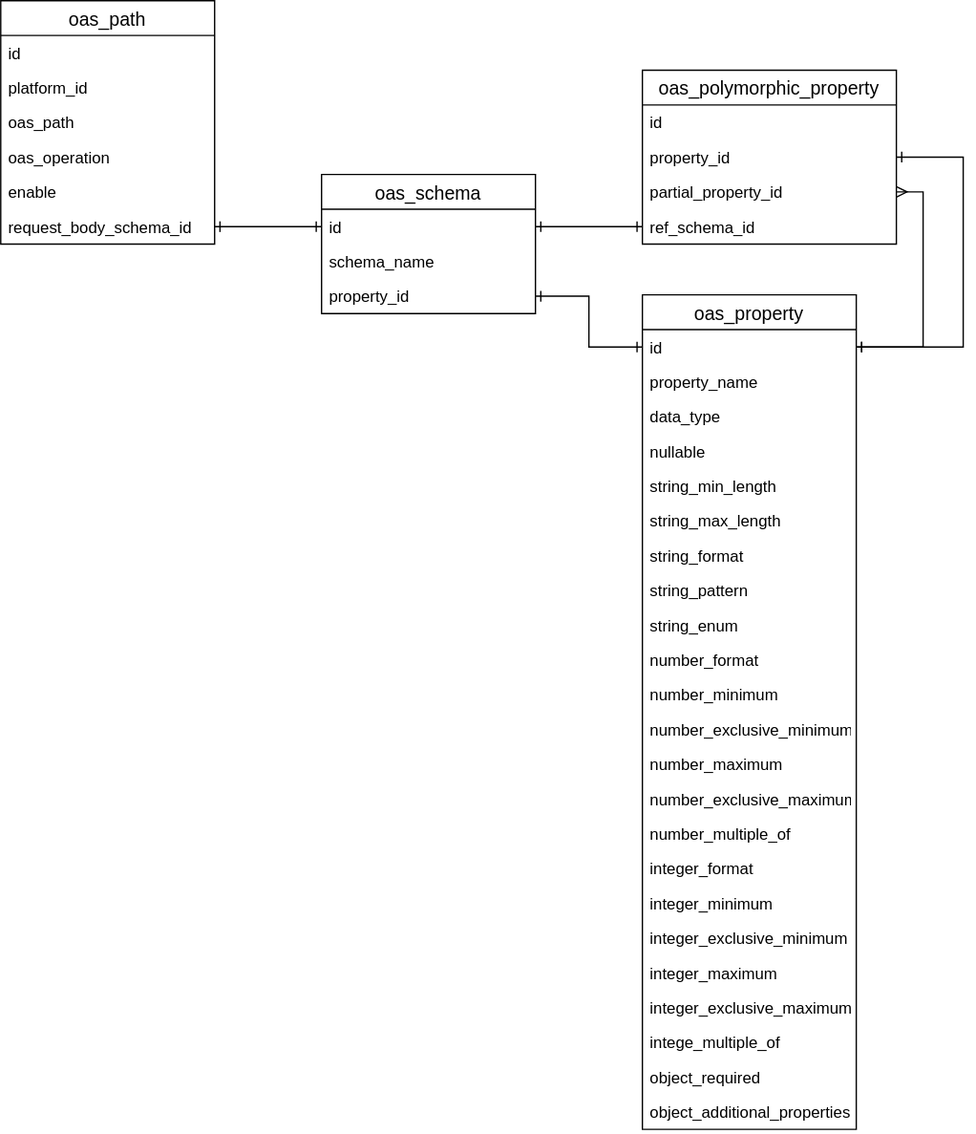
Before: erd.drawio.svg, a diagram exported from draw.io (gocreating/openapi-csv-converter). Source tidied: cells renumbered, new cells last; positions are measured from the earlier drawing's top-left corner, leaving out a move shared by most shapes.
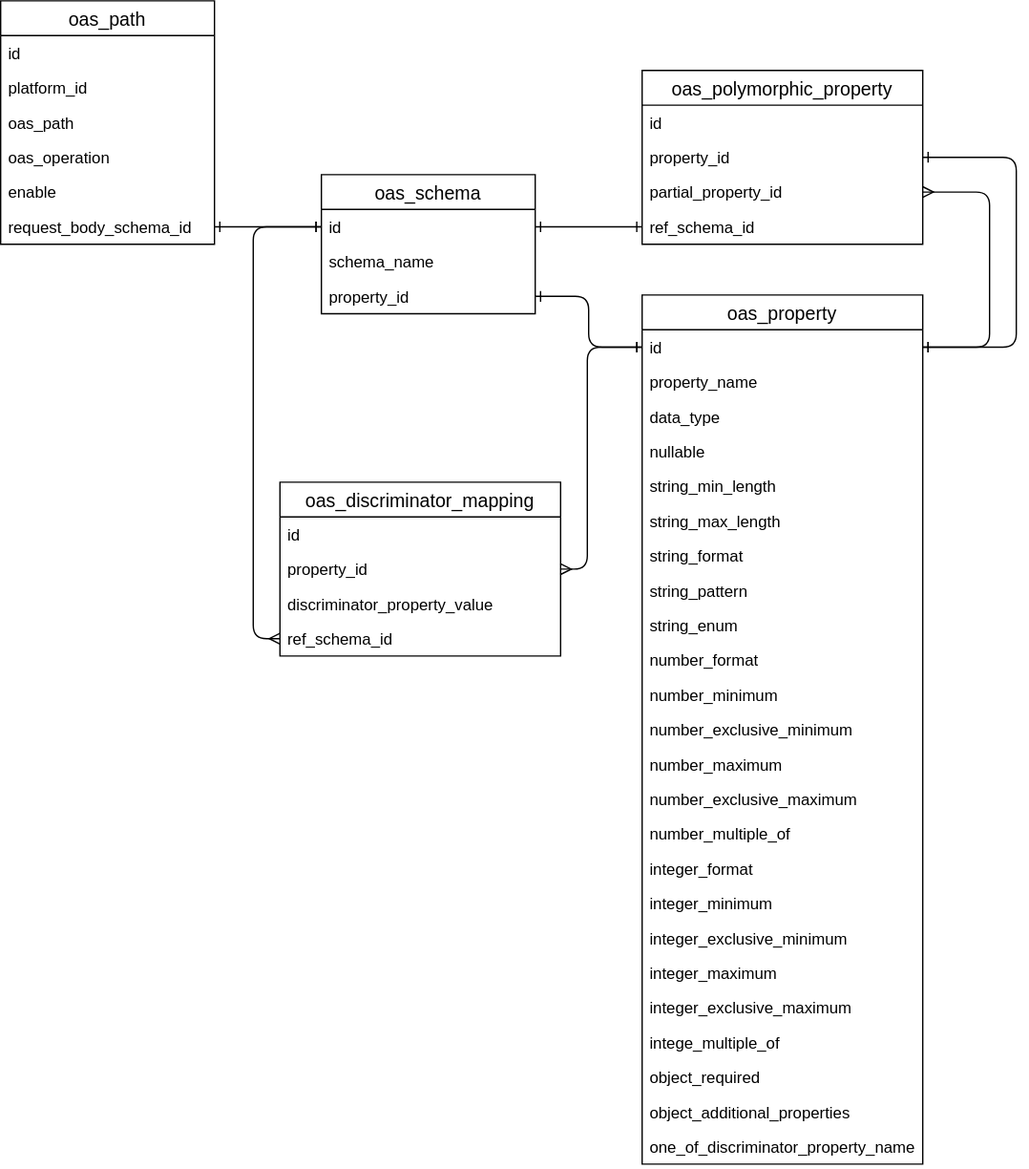
The same diagram one commit later.

Diff of the diagram source:
```diff
@@ -26,7 +26,7 @@
     <mxCell id="9" style="edgeStyle=orthogonalEdgeStyle;rounded=0;jettySize=auto;html=1;exitX=1;exitY=0.5;exitDx=0;exitDy=0;entryX=0;entryY=0.5;entryDx=0;entryDy=0;startArrow=ERone;startFill=0;endArrow=ERone;endFill=0;" parent="1" edge="1" source="8" target="12">
       <mxGeometry relative="1" as="geometry" />
     </mxCell>
-    <mxCell id="10" style="edgeStyle=orthogonalEdgeStyle;rounded=0;jettySize=auto;html=1;exitX=1;exitY=0.5;exitDx=0;exitDy=0;entryX=0;entryY=0.5;entryDx=0;entryDy=0;startArrow=ERone;startFill=0;endArrow=ERone;endFill=0;" parent="1" edge="1" source="14" target="19">
+    <mxCell id="10" style="edgeStyle=orthogonalEdgeStyle;rounded=1;jettySize=auto;html=1;exitX=1;exitY=0.5;exitDx=0;exitDy=0;entryX=0;entryY=0.5;entryDx=0;entryDy=0;startArrow=ERone;startFill=0;endArrow=ERone;endFill=0;" parent="1" edge="1" source="14" target="19">
       <mxGeometry relative="1" as="geometry" />
     </mxCell>
     <mxCell id="11" value="oas_schema" style="swimlane;fontStyle=0;horizontal=1;startSize=26;align=center;fontSize=14;" parent="1" vertex="1">
@@ -44,108 +44,137 @@
     <mxCell id="15" style="edgeStyle=orthogonalEdgeStyle;rounded=0;jettySize=auto;html=1;exitX=0;exitY=0.5;exitDx=0;exitDy=0;entryX=1;entryY=0.5;entryDx=0;entryDy=0;startArrow=ERone;startFill=0;endArrow=ERone;endFill=0;" parent="1" edge="1" source="46" target="12">
       <mxGeometry relative="1" as="geometry" />
     </mxCell>
-    <mxCell id="16" style="edgeStyle=orthogonalEdgeStyle;rounded=0;jettySize=auto;html=1;exitX=1;exitY=0.5;exitDx=0;exitDy=0;entryX=1;entryY=0.5;entryDx=0;entryDy=0;startArrow=ERone;startFill=0;endArrow=ERone;endFill=0;" parent="1" edge="1" source="44" target="19">
+    <mxCell id="16" style="edgeStyle=orthogonalEdgeStyle;rounded=1;jettySize=auto;html=1;exitX=1;exitY=0.5;exitDx=0;exitDy=0;entryX=1;entryY=0.5;entryDx=0;entryDy=0;startArrow=ERone;startFill=0;endArrow=ERone;endFill=0;" parent="1" edge="1" source="44" target="19">
       <mxGeometry relative="1" as="geometry">
         <Array as="points">
-          <mxPoint x="720" y="117" />
-          <mxPoint x="720" y="259" />
+          <mxPoint x="760" y="117" />
+          <mxPoint x="760" y="259" />
         </Array>
       </mxGeometry>
     </mxCell>
-    <mxCell id="17" style="edgeStyle=orthogonalEdgeStyle;rounded=0;jettySize=auto;html=1;exitX=1;exitY=0.5;exitDx=0;exitDy=0;entryX=1;entryY=0.5;entryDx=0;entryDy=0;startArrow=ERmany;startFill=0;endArrow=ERone;endFill=0;" parent="1" edge="1" source="45" target="19">
+    <mxCell id="17" style="edgeStyle=orthogonalEdgeStyle;rounded=1;jettySize=auto;html=1;exitX=1;exitY=0.5;exitDx=0;exitDy=0;entryX=1;entryY=0.5;entryDx=0;entryDy=0;startArrow=ERmany;startFill=0;endArrow=ERone;endFill=0;" parent="1" edge="1" source="45" target="19">
       <mxGeometry relative="1" as="geometry">
         <Array as="points">
-          <mxPoint x="690" y="143" />
-          <mxPoint x="690" y="259" />
+          <mxPoint x="740" y="143" />
+          <mxPoint x="740" y="259" />
         </Array>
       </mxGeometry>
     </mxCell>
     <mxCell id="18" value="oas_property" style="swimlane;fontStyle=0;horizontal=1;startSize=26;align=center;fontSize=14;" parent="1" vertex="1">
-      <mxGeometry x="480" y="220" width="160" height="624" as="geometry" />
+      <mxGeometry x="480" y="220" width="210" height="650" as="geometry" />
     </mxCell>
     <mxCell id="19" value="id" style="text;strokeColor=none;fillColor=none;spacingLeft=4;spacingRight=4;overflow=hidden;points=[[0,0.5],[1,0.5]];portConstraint=eastwest;fontSize=12;" parent="18" vertex="1">
-      <mxGeometry y="26" width="160" height="26" as="geometry" />
+      <mxGeometry y="26" width="210" height="26" as="geometry" />
     </mxCell>
     <mxCell id="20" value="property_name" style="text;strokeColor=none;fillColor=none;spacingLeft=4;spacingRight=4;overflow=hidden;fontSize=12;" parent="18" vertex="1">
-      <mxGeometry y="52" width="160" height="26" as="geometry" />
+      <mxGeometry y="52" width="210" height="26" as="geometry" />
     </mxCell>
     <mxCell id="21" value="data_type" style="text;strokeColor=none;fillColor=none;spacingLeft=4;spacingRight=4;overflow=hidden;fontSize=12;" parent="18" vertex="1">
-      <mxGeometry y="78" width="160" height="26" as="geometry" />
+      <mxGeometry y="78" width="210" height="26" as="geometry" />
     </mxCell>
     <mxCell id="22" value="nullable" style="text;strokeColor=none;fillColor=none;spacingLeft=4;spacingRight=4;overflow=hidden;fontSize=12;" parent="18" vertex="1">
-      <mxGeometry y="104" width="160" height="26" as="geometry" />
+      <mxGeometry y="104" width="210" height="26" as="geometry" />
     </mxCell>
     <mxCell id="23" value="string_min_length" style="text;strokeColor=none;fillColor=none;spacingLeft=4;spacingRight=4;overflow=hidden;fontSize=12;" parent="18" vertex="1">
-      <mxGeometry y="130" width="160" height="26" as="geometry" />
+      <mxGeometry y="130" width="210" height="26" as="geometry" />
     </mxCell>
     <mxCell id="24" value="string_max_length" style="text;strokeColor=none;fillColor=none;spacingLeft=4;spacingRight=4;overflow=hidden;fontSize=12;" parent="18" vertex="1">
-      <mxGeometry y="156" width="160" height="26" as="geometry" />
+      <mxGeometry y="156" width="210" height="26" as="geometry" />
     </mxCell>
     <mxCell id="25" value="string_format" style="text;strokeColor=none;fillColor=none;spacingLeft=4;spacingRight=4;overflow=hidden;fontSize=12;" parent="18" vertex="1">
-      <mxGeometry y="182" width="160" height="26" as="geometry" />
+      <mxGeometry y="182" width="210" height="26" as="geometry" />
     </mxCell>
     <mxCell id="26" value="string_pattern" style="text;strokeColor=none;fillColor=none;spacingLeft=4;spacingRight=4;overflow=hidden;fontSize=12;" parent="18" vertex="1">
-      <mxGeometry y="208" width="160" height="26" as="geometry" />
+      <mxGeometry y="208" width="210" height="26" as="geometry" />
     </mxCell>
     <mxCell id="27" value="string_enum" style="text;strokeColor=none;fillColor=none;spacingLeft=4;spacingRight=4;overflow=hidden;fontSize=12;" parent="18" vertex="1">
-      <mxGeometry y="234" width="160" height="26" as="geometry" />
+      <mxGeometry y="234" width="210" height="26" as="geometry" />
     </mxCell>
     <mxCell id="28" value="number_format" style="text;strokeColor=none;fillColor=none;spacingLeft=4;spacingRight=4;overflow=hidden;fontSize=12;" parent="18" vertex="1">
-      <mxGeometry y="260" width="160" height="26" as="geometry" />
+      <mxGeometry y="260" width="210" height="26" as="geometry" />
     </mxCell>
     <mxCell id="29" value="number_minimum" style="text;strokeColor=none;fillColor=none;spacingLeft=4;spacingRight=4;overflow=hidden;fontSize=12;" parent="18" vertex="1">
-      <mxGeometry y="286" width="160" height="26" as="geometry" />
+      <mxGeometry y="286" width="210" height="26" as="geometry" />
     </mxCell>
     <mxCell id="30" value="number_exclusive_minimum" style="text;strokeColor=none;fillColor=none;spacingLeft=4;spacingRight=4;overflow=hidden;fontSize=12;" parent="18" vertex="1">
-      <mxGeometry y="312" width="160" height="26" as="geometry" />
+      <mxGeometry y="312" width="210" height="26" as="geometry" />
     </mxCell>
     <mxCell id="31" value="number_maximum" style="text;strokeColor=none;fillColor=none;spacingLeft=4;spacingRight=4;overflow=hidden;fontSize=12;" parent="18" vertex="1">
-      <mxGeometry y="338" width="160" height="26" as="geometry" />
+      <mxGeometry y="338" width="210" height="26" as="geometry" />
     </mxCell>
     <mxCell id="32" value="number_exclusive_maximum" style="text;strokeColor=none;fillColor=none;spacingLeft=4;spacingRight=4;overflow=hidden;fontSize=12;" parent="18" vertex="1">
-      <mxGeometry y="364" width="160" height="26" as="geometry" />
+      <mxGeometry y="364" width="210" height="26" as="geometry" />
     </mxCell>
     <mxCell id="33" value="number_multiple_of" style="text;strokeColor=none;fillColor=none;spacingLeft=4;spacingRight=4;overflow=hidden;fontSize=12;" parent="18" vertex="1">
-      <mxGeometry y="390" width="160" height="26" as="geometry" />
+      <mxGeometry y="390" width="210" height="26" as="geometry" />
     </mxCell>
     <mxCell id="34" value="integer_format" style="text;strokeColor=none;fillColor=none;spacingLeft=4;spacingRight=4;overflow=hidden;fontSize=12;" parent="18" vertex="1">
-      <mxGeometry y="416" width="160" height="26" as="geometry" />
+      <mxGeometry y="416" width="210" height="26" as="geometry" />
     </mxCell>
     <mxCell id="35" value="integer_minimum" style="text;strokeColor=none;fillColor=none;spacingLeft=4;spacingRight=4;overflow=hidden;fontSize=12;" parent="18" vertex="1">
-      <mxGeometry y="442" width="160" height="26" as="geometry" />
+      <mxGeometry y="442" width="210" height="26" as="geometry" />
     </mxCell>
     <mxCell id="36" value="integer_exclusive_minimum" style="text;strokeColor=none;fillColor=none;spacingLeft=4;spacingRight=4;overflow=hidden;fontSize=12;" parent="18" vertex="1">
-      <mxGeometry y="468" width="160" height="26" as="geometry" />
+      <mxGeometry y="468" width="210" height="26" as="geometry" />
     </mxCell>
     <mxCell id="37" value="integer_maximum" style="text;strokeColor=none;fillColor=none;spacingLeft=4;spacingRight=4;overflow=hidden;fontSize=12;" parent="18" vertex="1">
-      <mxGeometry y="494" width="160" height="26" as="geometry" />
+      <mxGeometry y="494" width="210" height="26" as="geometry" />
     </mxCell>
     <mxCell id="38" value="integer_exclusive_maximum" style="text;strokeColor=none;fillColor=none;spacingLeft=4;spacingRight=4;overflow=hidden;fontSize=12;" parent="18" vertex="1">
-      <mxGeometry y="520" width="160" height="26" as="geometry" />
+      <mxGeometry y="520" width="210" height="26" as="geometry" />
     </mxCell>
     <mxCell id="39" value="intege_multiple_of" style="text;strokeColor=none;fillColor=none;spacingLeft=4;spacingRight=4;overflow=hidden;fontSize=12;" parent="18" vertex="1">
-      <mxGeometry y="546" width="160" height="26" as="geometry" />
+      <mxGeometry y="546" width="210" height="26" as="geometry" />
     </mxCell>
     <mxCell id="40" value="object_required" style="text;strokeColor=none;fillColor=none;spacingLeft=4;spacingRight=4;overflow=hidden;fontSize=12;" parent="18" vertex="1">
-      <mxGeometry y="572" width="160" height="26" as="geometry" />
+      <mxGeometry y="572" width="210" height="26" as="geometry" />
     </mxCell>
     <mxCell id="41" value="object_additional_properties" style="text;strokeColor=none;fillColor=none;spacingLeft=4;spacingRight=4;overflow=hidden;fontSize=12;" parent="18" vertex="1">
-      <mxGeometry y="598" width="160" height="26" as="geometry" />
+      <mxGeometry y="598" width="210" height="26" as="geometry" />
     </mxCell>
+    <mxCell id="47" value="one_of_discriminator_property_name" style="text;strokeColor=none;fillColor=none;spacingLeft=4;spacingRight=4;overflow=hidden;fontSize=12;" parent="18" vertex="1">
+      <mxGeometry y="624" width="210" height="26" as="geometry" />
+    </mxCell>
     <mxCell id="42" value="oas_polymorphic_property" style="swimlane;fontStyle=0;horizontal=1;startSize=26;align=center;fontSize=14;" parent="1" vertex="1">
-      <mxGeometry x="480" y="52" width="190" height="130" as="geometry" />
+      <mxGeometry x="480" y="52" width="210" height="130" as="geometry" />
     </mxCell>
     <mxCell id="43" value="id" style="text;strokeColor=none;fillColor=none;spacingLeft=4;spacingRight=4;overflow=hidden;fontSize=12;" parent="42" vertex="1">
-      <mxGeometry y="26" width="190" height="26" as="geometry" />
+      <mxGeometry y="26" width="210" height="26" as="geometry" />
     </mxCell>
     <mxCell id="44" value="property_id" style="text;strokeColor=none;fillColor=none;spacingLeft=4;spacingRight=4;overflow=hidden;points=[[0,0.5],[1,0.5]];portConstraint=eastwest;fontSize=12;" parent="42" vertex="1">
-      <mxGeometry y="52" width="190" height="26" as="geometry" />
+      <mxGeometry y="52" width="210" height="26" as="geometry" />
     </mxCell>
     <mxCell id="45" value="partial_property_id" style="text;strokeColor=none;fillColor=none;spacingLeft=4;spacingRight=4;overflow=hidden;points=[[0,0.5],[1,0.5]];portConstraint=eastwest;fontSize=12;" parent="42" vertex="1">
-      <mxGeometry y="78" width="190" height="26" as="geometry" />
+      <mxGeometry y="78" width="210" height="26" as="geometry" />
     </mxCell>
     <mxCell id="46" value="ref_schema_id" style="text;strokeColor=none;fillColor=none;spacingLeft=4;spacingRight=4;overflow=hidden;points=[[0,0.5],[1,0.5]];portConstraint=eastwest;fontSize=12;" parent="42" vertex="1">
-      <mxGeometry y="104" width="190" height="26" as="geometry" />
+      <mxGeometry y="104" width="210" height="26" as="geometry" />
     </mxCell>
+    <mxCell id="48" style="edgeStyle=orthogonalEdgeStyle;rounded=1;jettySize=auto;html=1;endArrow=ERone;endFill=0;startArrow=ERmany;startFill=0;" parent="1" edge="1" source="52" target="19">
+      <mxGeometry relative="1" as="geometry">
+        <Array as="points">
+          <mxPoint x="439" y="425" />
+          <mxPoint x="439" y="259" />
+        </Array>
+      </mxGeometry>
+    </mxCell>
+    <mxCell id="49" style="edgeStyle=orthogonalEdgeStyle;rounded=1;jettySize=auto;html=1;exitX=0;exitY=0.5;exitDx=0;exitDy=0;entryX=0;entryY=0.5;entryDx=0;entryDy=0;startArrow=ERmany;startFill=0;endArrow=ERone;endFill=0;" parent="1" edge="1" source="54" target="12">
+      <mxGeometry relative="1" as="geometry" />
+    </mxCell>
+    <mxCell id="50" value="oas_discriminator_mapping" style="swimlane;fontStyle=0;horizontal=1;startSize=26;align=center;fontSize=14;" parent="1" vertex="1">
+      <mxGeometry x="209" y="360" width="210" height="130" as="geometry" />
+    </mxCell>
+    <mxCell id="51" value="id" style="text;strokeColor=none;fillColor=none;spacingLeft=4;spacingRight=4;overflow=hidden;fontSize=12;" parent="50" vertex="1">
+      <mxGeometry y="26" width="210" height="26" as="geometry" />
+    </mxCell>
+    <mxCell id="52" value="property_id" style="text;strokeColor=none;fillColor=none;spacingLeft=4;spacingRight=4;overflow=hidden;points=[[0,0.5],[1,0.5]];portConstraint=eastwest;fontSize=12;" parent="50" vertex="1">
+      <mxGeometry y="52" width="210" height="26" as="geometry" />
+    </mxCell>
+    <mxCell id="53" value="discriminator_property_value" style="text;strokeColor=none;fillColor=none;spacingLeft=4;spacingRight=4;overflow=hidden;fontSize=12;" parent="50" vertex="1">
+      <mxGeometry y="78" width="210" height="26" as="geometry" />
+    </mxCell>
+    <mxCell id="54" value="ref_schema_id" style="text;strokeColor=none;fillColor=none;spacingLeft=4;spacingRight=4;overflow=hidden;points=[[0,0.5],[1,0.5]];portConstraint=eastwest;fontSize=12;" parent="50" vertex="1">
+      <mxGeometry y="104" width="210" height="26" as="geometry" />
+    </mxCell>
   </root>
 </mxGraphModel>
```
